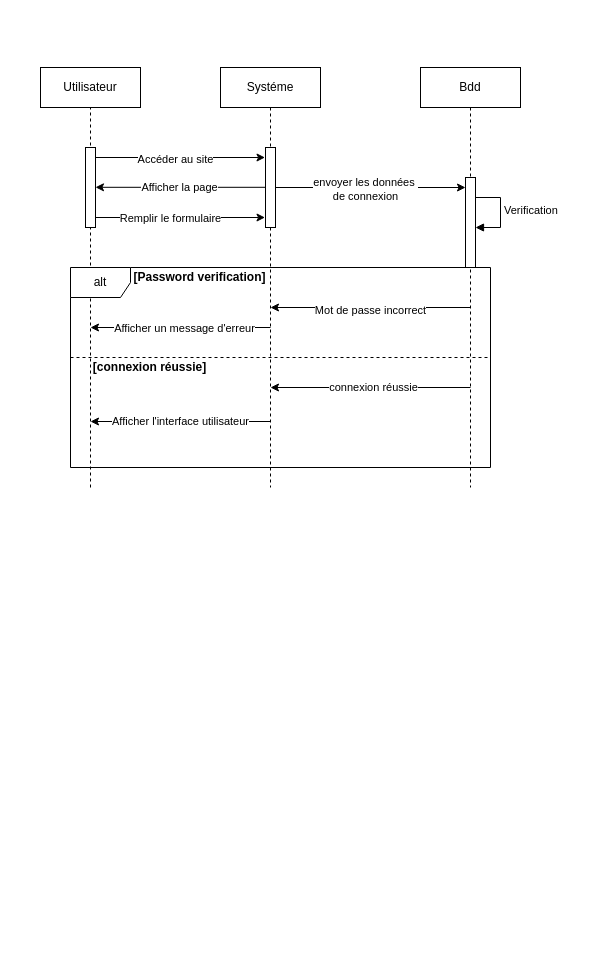
The draw.io diagram Untitled Diagram.drawio in islamhamdaoui/Radiology-system-diagrams, before the edit. Source tidied: cells renumbered, new cells numbered last; positions are measured from the earlier drawing's top-left corner, leaving out a move shared by most shapes. Both pictures are drawn from the tidied source at 100%, with x=0, y=0 at pixel (40, 67).
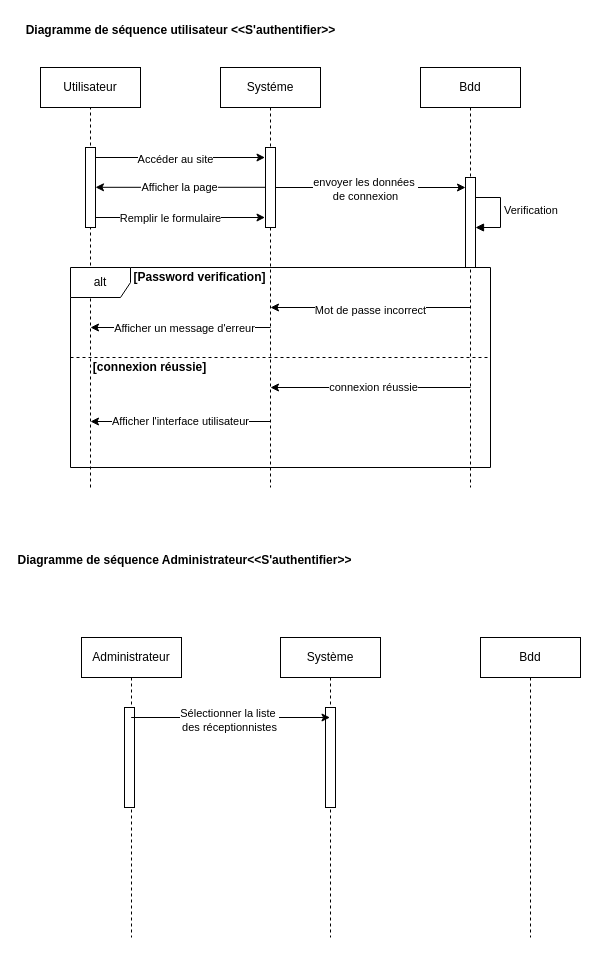
The same diagram, later.

Diff of the diagram source:
```diff
@@
+    <mxCell id="34" value="Diagramme de séquence utilisateur &amp;lt;&amp;lt;S'authentifier&amp;gt;&amp;gt;" style="text;align=center;fontStyle=1;verticalAlign=middle;spacingLeft=3;spacingRight=3;strokeColor=none;html=1;" parent="1" vertex="1">
+      <mxGeometry x="100" y="-50" width="80" height="26" as="geometry" />
+    </mxCell>
+    <mxCell id="35" value="Diagramme de séquence Administrateur&amp;lt;&amp;lt;S'authentifier&amp;gt;&amp;gt;" style="text;align=center;fontStyle=1;verticalAlign=middle;spacingLeft=3;spacingRight=3;strokeColor=none;html=1;" parent="1" vertex="1">
+      <mxGeometry x="104" y="480" width="80" height="26" as="geometry" />
+    </mxCell>
+    <mxCell id="36" value="Administrateur " style="shape=umlLifeline;perimeter=lifelinePerimeter;whiteSpace=wrap;html=1;newEdgeStyle={&quot;curved&quot;:0,&quot;rounded&quot;:0};" parent="1" vertex="1">
+      <mxGeometry x="41" y="570" width="100" height="300" as="geometry" />
+    </mxCell>
+    <mxCell id="37" style="html=1;perimeter=orthogonalPerimeter;targetShapes=umlLifeline;newEdgeStyle={&quot;curved&quot;:0,&quot;rounded&quot;:0};" parent="36" vertex="1">
+      <mxGeometry x="43" y="70" width="10" height="100" as="geometry" />
+    </mxCell>
+    <mxCell id="38" value="Bdd" style="shape=umlLifeline;perimeter=lifelinePerimeter;whiteSpace=wrap;html=1;newEdgeStyle={&quot;curved&quot;:0,&quot;rounded&quot;:0};" parent="1" vertex="1">
+      <mxGeometry x="440" y="570" width="100" height="300" as="geometry" />
+    </mxCell>
+    <mxCell id="39" value="Système  " style="shape=umlLifeline;perimeter=lifelinePerimeter;whiteSpace=wrap;html=1;newEdgeStyle={&quot;curved&quot;:0,&quot;rounded&quot;:0};" parent="1" vertex="1">
+      <mxGeometry x="240" y="570" width="100" height="300" as="geometry" />
+    </mxCell>
+    <mxCell id="40" style="html=1;perimeter=orthogonalPerimeter;targetShapes=umlLifeline;newEdgeStyle={&quot;curved&quot;:0,&quot;rounded&quot;:0};" parent="39" vertex="1">
+      <mxGeometry x="45" y="70" width="10" height="100" as="geometry" />
+    </mxCell>
+    <mxCell id="41" style="endArrow=classic;html=1;rounded=0;" parent="1" edge="1">
+      <mxGeometry relative="1" as="geometry">
+        <mxPoint x="90.7" y="650" as="sourcePoint" />
+        <mxPoint x="289.5" y="650" as="targetPoint" />
+      </mxGeometry>
+    </mxCell>
+    <mxCell id="42" value="Sélectionner la liste&amp;nbsp;&lt;div&gt;des réceptionnistes&lt;/div&gt;" style="edgeLabel;html=1;align=center;verticalAlign=middle;" parent="41" vertex="1">
+      <mxGeometry x="-0.01" y="-2" relative="1" as="geometry" />
+    </mxCell>
```
